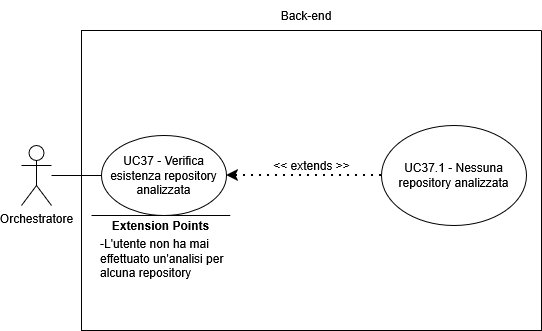
Earlier version of the draw.io export assets/diagrams/UC37.png (SkarabGroup/DocumentazioneProgetto). Source tidied: cells renumbered, new cells last; positions are measured from the earlier drawing's top-left corner, leaving out a move shared by most shapes.
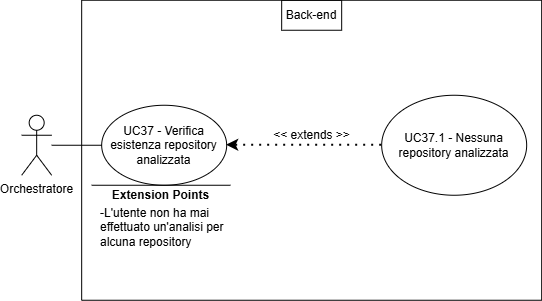
The same diagram one commit later.

The edit, as a diff of the source:
```diff
@@ -5,38 +5,38 @@
     <mxCell id="2" value="Orchestratore" style="shape=umlActor;verticalLabelPosition=bottom;verticalAlign=top;html=1;outlineConnect=0;" parent="1" vertex="1">
       <mxGeometry y="145" width="30" height="60" as="geometry" />
     </mxCell>
-    <mxCell id="3" style="swimlane;startSize=0;" parent="1" vertex="1">
-      <mxGeometry x="60" y="30" width="460" height="300" as="geometry" />
-    </mxCell>
+    <mxCell id="13" style="swimlane;startSize=0;" parent="1" vertex="1">
+      <mxGeometry x="60" y="30" width="460" height="300" as="geometry" />
+    </mxCell>
-    <mxCell id="4" value="UC37 - Verifica esistenza repository analizzata" style="ellipse;whiteSpace=wrap;html=1;" parent="3" vertex="1">
+    <mxCell id="4" value="UC37 - Verifica esistenza repository analizzata" style="ellipse;whiteSpace=wrap;html=1;" parent="13" vertex="1">
       <mxGeometry x="20" y="105" width="125" height="80" as="geometry" />
     </mxCell>
-    <mxCell id="5" value="UC37.1 - Nessuna repository analizzata" style="ellipse;whiteSpace=wrap;html=1;" parent="3" vertex="1">
+    <mxCell id="5" value="UC37.1 - Nessuna repository analizzata" style="ellipse;whiteSpace=wrap;html=1;" parent="13" vertex="1">
       <mxGeometry x="300" y="95" width="145" height="100" as="geometry" />
     </mxCell>
-    <mxCell id="6" style="endArrow=classic;dashed=1;html=1;dashPattern=1 3;strokeWidth=2;rounded=0;entryX=1;entryY=0.5;entryDx=0;entryDy=0;exitX=0;exitY=0.5;exitDx=0;exitDy=0;strokeColor=default;curved=0;endFill=1;endSize=6;" parent="3" edge="1" source="5" target="4">
+    <mxCell id="6" style="endArrow=classic;dashed=1;html=1;dashPattern=1 3;strokeWidth=2;rounded=0;entryX=1;entryY=0.5;entryDx=0;entryDy=0;exitX=0;exitY=0.5;exitDx=0;exitDy=0;strokeColor=default;curved=0;endFill=1;endSize=6;" parent="13" edge="1" source="5" target="4">
       <mxGeometry relative="1" as="geometry" />
     </mxCell>
-    <mxCell id="7" value="&lt;div&gt;&amp;lt;&amp;lt; extends &amp;gt;&amp;gt;&lt;/div&gt;" style="text;html=1;whiteSpace=wrap;strokeColor=none;fillColor=none;align=center;verticalAlign=middle;rounded=0;" parent="3" vertex="1">
+    <mxCell id="7" value="&lt;div&gt;&amp;lt;&amp;lt; extends &amp;gt;&amp;gt;&lt;/div&gt;" style="text;html=1;whiteSpace=wrap;strokeColor=none;fillColor=none;align=center;verticalAlign=middle;rounded=0;" parent="13" vertex="1">
       <mxGeometry x="182.5" y="120" width="95" height="30" as="geometry" />
     </mxCell>
-    <mxCell id="8" style="endArrow=none;html=1;rounded=0;" parent="3" edge="1">
-      <mxGeometry relative="1" as="geometry">
-        <mxPoint x="148.8" y="185" as="sourcePoint" />
-        <mxPoint x="10" y="185" as="targetPoint" />
-      </mxGeometry>
-    </mxCell>
+    <mxCell id="14" style="endArrow=none;html=1;rounded=0;" parent="13" edge="1">
+      <mxGeometry relative="1" as="geometry">
+        <mxPoint x="148.8" y="185" as="sourcePoint" />
+        <mxPoint x="10" y="185" as="targetPoint" />
+      </mxGeometry>
+    </mxCell>
-    <mxCell id="9" value="&lt;b&gt;Extension Points&lt;/b&gt;" style="text;html=1;whiteSpace=wrap;strokeColor=none;fillColor=none;align=center;verticalAlign=middle;rounded=0;strokeWidth=5;" parent="3" vertex="1">
+    <mxCell id="9" value="&lt;b&gt;Extension Points&lt;/b&gt;" style="text;html=1;whiteSpace=wrap;strokeColor=none;fillColor=none;align=center;verticalAlign=middle;rounded=0;strokeWidth=5;" parent="13" vertex="1">
       <mxGeometry x="21.9" y="180" width="115" height="30" as="geometry" />
     </mxCell>
-    <mxCell id="10" value="&lt;div align=&quot;left&quot;&gt;-L'utente non ha mai effettuato un'analisi per alcuna repository&lt;/div&gt;" style="text;html=1;whiteSpace=wrap;strokeColor=none;fillColor=none;align=left;verticalAlign=middle;rounded=0;" parent="3" vertex="1">
+    <mxCell id="10" value="&lt;div align=&quot;left&quot;&gt;-L'utente non ha mai effettuato un'analisi per alcuna repository&lt;/div&gt;" style="text;html=1;whiteSpace=wrap;strokeColor=none;fillColor=none;align=left;verticalAlign=middle;rounded=0;" parent="13" vertex="1">
       <mxGeometry x="16.9" y="185" width="147" height="85" as="geometry" />
     </mxCell>
+    <mxCell id="12" value="Back-end" style="text;html=1;whiteSpace=wrap;strokeColor=default;fillColor=none;align=center;verticalAlign=middle;rounded=0;perimeterSpacing=1;" parent="13" vertex="1">
+      <mxGeometry x="200" width="60" height="30" as="geometry" />
+    </mxCell>
     <mxCell id="11" style="endArrow=none;html=1;rounded=0;entryX=0;entryY=0.5;entryDx=0;entryDy=0;" parent="1" edge="1" source="2" target="4">
       <mxGeometry relative="1" as="geometry" />
     </mxCell>
-    <mxCell id="12" value="Back-end" style="text;html=1;whiteSpace=wrap;strokeColor=none;fillColor=none;align=center;verticalAlign=middle;rounded=0;" parent="1" vertex="1">
-      <mxGeometry x="255" width="60" height="30" as="geometry" />
-    </mxCell>
   </root>
 </mxGraphModel>
```
